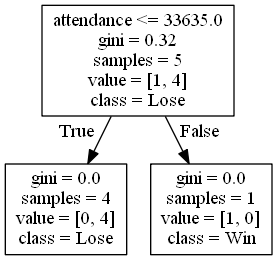
This is DecisionTrees/Mountain Westdecision_tree_no_score1.png from alexana-steck/CSE482Project, a Graphviz export, as it was before one commit. Its source is kept beside it as DecisionTrees/Mountain Westdecision_tree_no_score1.dot.
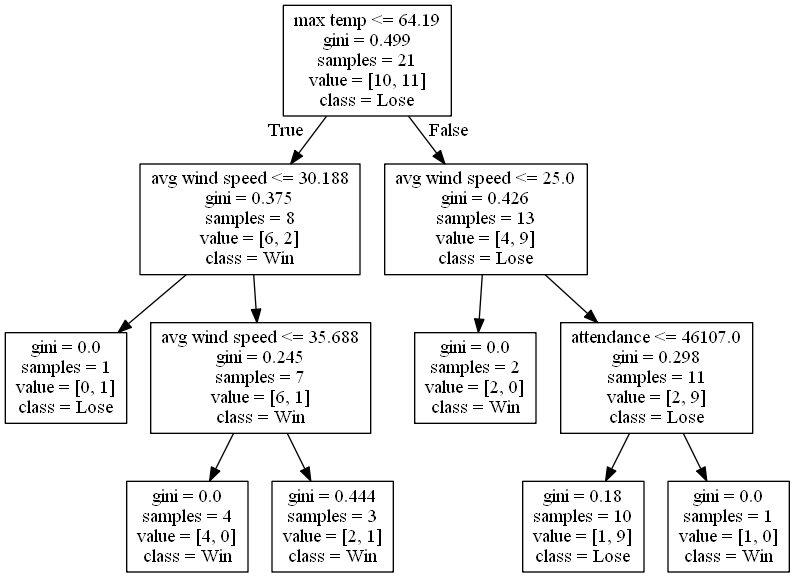
Later version of the same file.

Diff of the diagram source:
```diff
@@ -1,8 +1,24 @@
 digraph Tree {
 node [shape=box] ;
-0 [label="attendance <= 33635.0\ngini = 0.32\nsamples = 5\nvalue = [1, 4]\nclass = Lose"] ;
-1 [label="gini = 0.0\nsamples = 4\nvalue = [0, 4]\nclass = Lose"] ;
+0 [label="max temp <= 64.19\ngini = 0.499\nsamples = 21\nvalue = [10, 11]\nclass = Lose"] ;
+1 [label="avg wind speed <= 30.188\ngini = 0.375\nsamples = 8\nvalue = [6, 2]\nclass = Win"] ;
 0 -> 1 [labeldistance=2.5, labelangle=45, headlabel="True"] ;
-2 [label="gini = 0.0\nsamples = 1\nvalue = [1, 0]\nclass = Win"] ;
-0 -> 2 [labeldistance=2.5, labelangle=-45, headlabel="False"] ;
+2 [label="gini = 0.0\nsamples = 1\nvalue = [0, 1]\nclass = Lose"] ;
+1 -> 2 ;
+3 [label="avg wind speed <= 35.688\ngini = 0.245\nsamples = 7\nvalue = [6, 1]\nclass = Win"] ;
+1 -> 3 ;
+4 [label="gini = 0.0\nsamples = 4\nvalue = [4, 0]\nclass = Win"] ;
+3 -> 4 ;
+5 [label="gini = 0.444\nsamples = 3\nvalue = [2, 1]\nclass = Win"] ;
+3 -> 5 ;
+6 [label="avg wind speed <= 25.0\ngini = 0.426\nsamples = 13\nvalue = [4, 9]\nclass = Lose"] ;
+0 -> 6 [labeldistance=2.5, labelangle=-45, headlabel="False"] ;
+7 [label="gini = 0.0\nsamples = 2\nvalue = [2, 0]\nclass = Win"] ;
+6 -> 7 ;
+8 [label="attendance <= 46107.0\ngini = 0.298\nsamples = 11\nvalue = [2, 9]\nclass = Lose"] ;
+6 -> 8 ;
+9 [label="gini = 0.18\nsamples = 10\nvalue = [1, 9]\nclass = Lose"] ;
+8 -> 9 ;
+10 [label="gini = 0.0\nsamples = 1\nvalue = [1, 0]\nclass = Win"] ;
+8 -> 10 ;
 }
```
